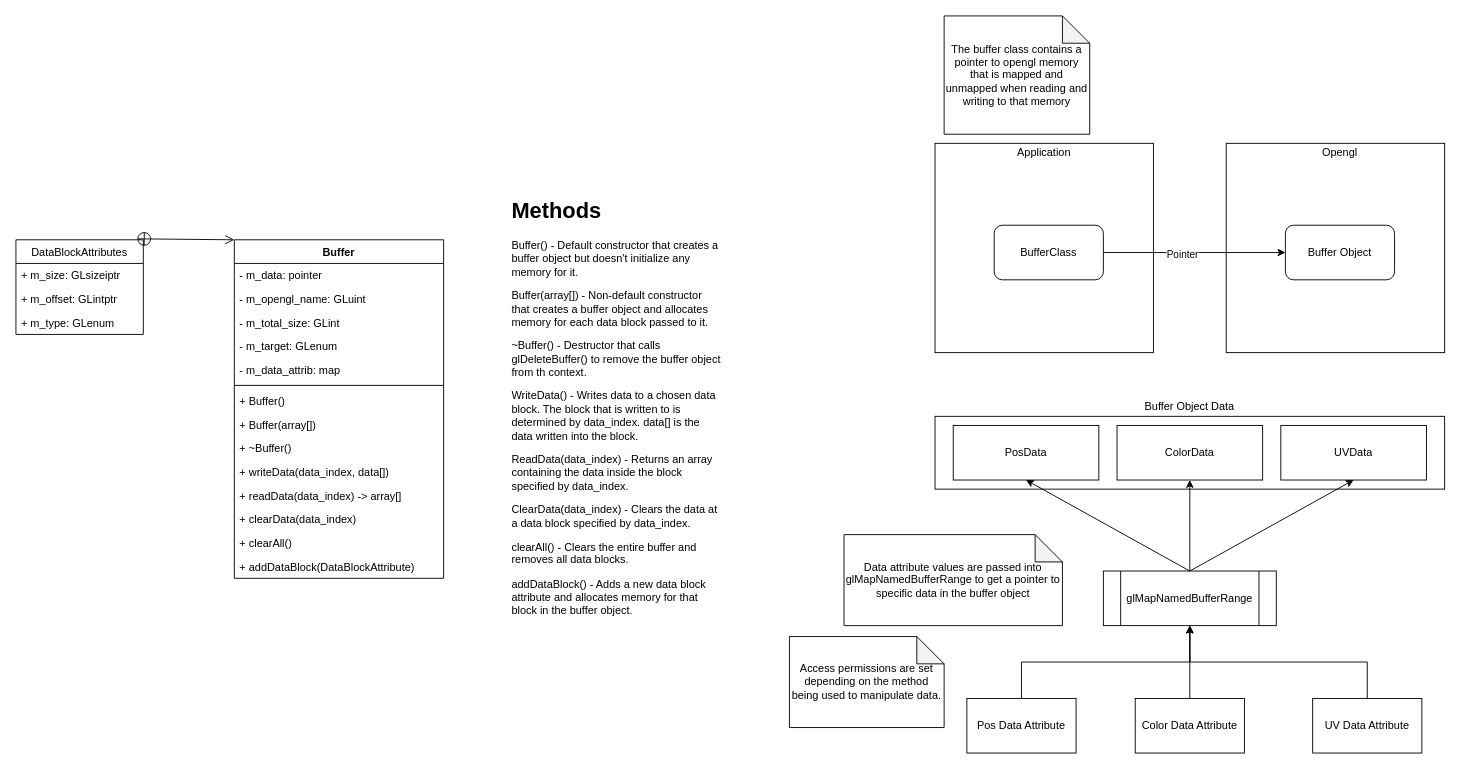
This is docs/buffer.drawio from LowFire/blazer3d, a draw.io file, before an edit. Source tidied: cells renumbered, new cells numbered last; positions are measured from the earlier drawing's top-left corner, leaving out a move shared by most shapes. Both pictures are drawn from the tidied source at 91%, with x=0, y=0 at pixel (15, 15).
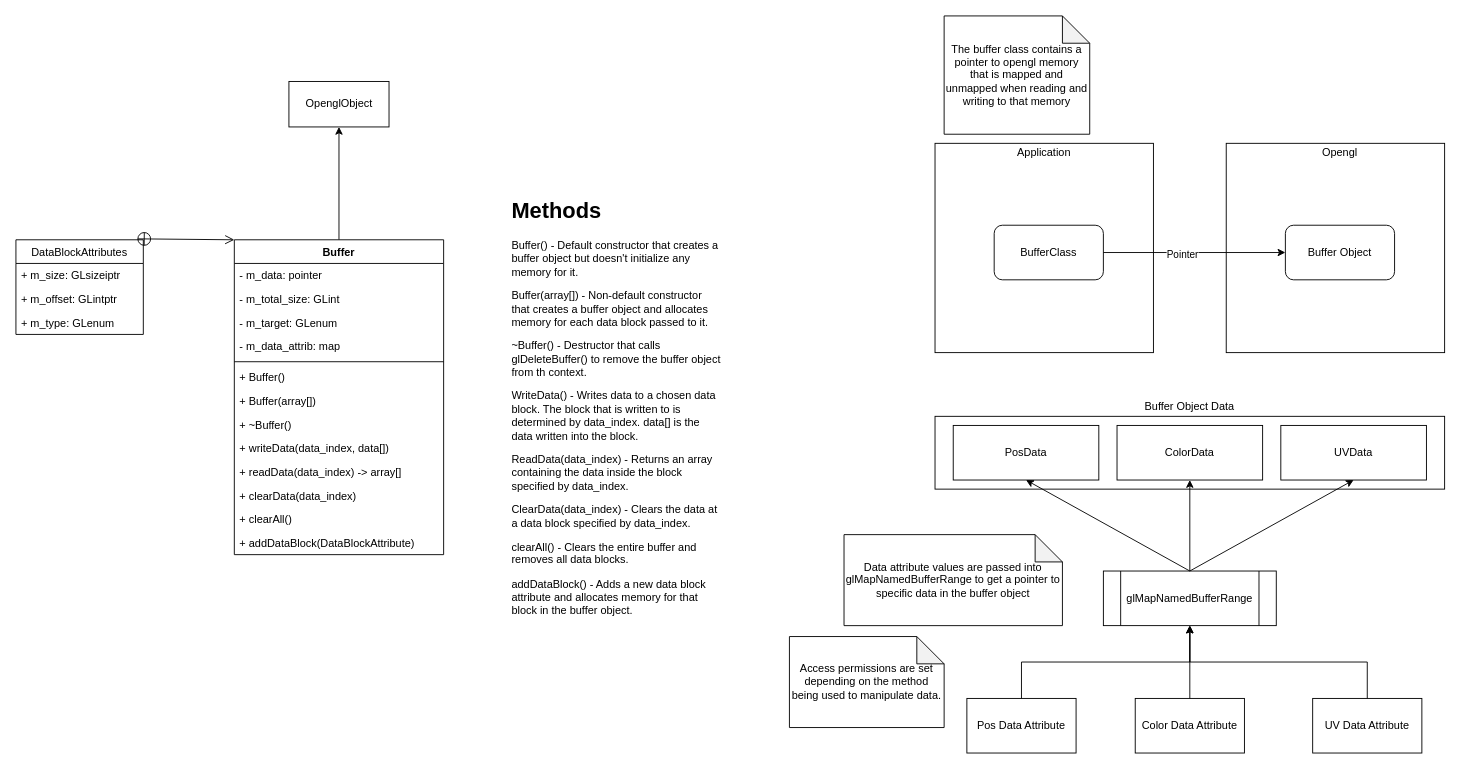
After the change.

Commit message (it also covers changes not shown here):
Created unit test and Buffer class stubs.

The edit, as a diff of the source:
```diff
@@
+    <mxCell id="49" style="edgeStyle=orthogonalEdgeStyle;rounded=0;jettySize=auto;html=1;" parent="1" edge="1" source="2" target="50">
+      <mxGeometry relative="1" as="geometry" />
+    </mxCell>
     <mxCell id="2" value="Buffer" style="swimlane;fontStyle=1;align=center;verticalAlign=top;horizontal=1;startSize=26;" parent="1" vertex="1">
-      <mxGeometry x="240" y="246" width="230" height="372" as="geometry" />
+      <mxGeometry x="240" y="246" width="230" height="346" as="geometry" />
     </mxCell>
@@
-    <mxCell id="4" value="- m_opengl_name: GLuint" style="text;strokeColor=none;fillColor=none;align=left;verticalAlign=top;spacingLeft=4;spacingRight=4;overflow=hidden;" parent="2" vertex="1">
-      <mxGeometry y="52" width="230" height="26" as="geometry" />
-    </mxCell>
     <mxCell id="5" value="- m_total_size: GLint" style="text;strokeColor=none;fillColor=none;align=left;verticalAlign=top;spacingLeft=4;spacingRight=4;overflow=hidden;" parent="2" vertex="1">
-      <mxGeometry y="78" width="230" height="26" as="geometry" />
+      <mxGeometry y="52" width="230" height="26" as="geometry" />
     </mxCell>
     <mxCell id="6" value="- m_target: GLenum" style="text;strokeColor=none;fillColor=none;align=left;verticalAlign=top;spacingLeft=4;spacingRight=4;overflow=hidden;" parent="2" vertex="1">
-      <mxGeometry y="104" width="230" height="26" as="geometry" />
+      <mxGeometry y="78" width="230" height="26" as="geometry" />
     </mxCell>
     <mxCell id="7" value="- m_data_attrib: map" style="text;strokeColor=none;fillColor=none;align=left;verticalAlign=top;spacingLeft=4;spacingRight=4;overflow=hidden;" parent="2" vertex="1">
-      <mxGeometry y="130" width="230" height="26" as="geometry" />
+      <mxGeometry y="104" width="230" height="26" as="geometry" />
     </mxCell>
     <mxCell id="8" style="line;strokeWidth=1;fillColor=none;align=left;verticalAlign=middle;spacingTop=-1;spacingLeft=3;spacingRight=3;labelPosition=right;" parent="2" vertex="1">
-      <mxGeometry y="156" width="230" height="8" as="geometry" />
+      <mxGeometry y="130" width="230" height="8" as="geometry" />
     </mxCell>
     <mxCell id="9" value="+ Buffer()" style="text;strokeColor=none;fillColor=none;align=left;verticalAlign=top;spacingLeft=4;spacingRight=4;overflow=hidden;" parent="2" vertex="1">
-      <mxGeometry y="164" width="230" height="26" as="geometry" />
+      <mxGeometry y="138" width="230" height="26" as="geometry" />
     </mxCell>
     <mxCell id="10" value="+ Buffer(array[])" style="text;strokeColor=none;fillColor=none;align=left;verticalAlign=top;spacingLeft=4;spacingRight=4;overflow=hidden;" parent="2" vertex="1">
-      <mxGeometry y="190" width="230" height="26" as="geometry" />
+      <mxGeometry y="164" width="230" height="26" as="geometry" />
     </mxCell>
     <mxCell id="11" value="+ ~Buffer()" style="text;strokeColor=none;fillColor=none;align=left;verticalAlign=top;spacingLeft=4;spacingRight=4;overflow=hidden;" parent="2" vertex="1">
-      <mxGeometry y="216" width="230" height="26" as="geometry" />
+      <mxGeometry y="190" width="230" height="26" as="geometry" />
     </mxCell>
     <mxCell id="12" value="+ writeData(data_index, data[])" style="text;strokeColor=none;fillColor=none;align=left;verticalAlign=top;spacingLeft=4;spacingRight=4;overflow=hidden;" parent="2" vertex="1">
-      <mxGeometry y="242" width="230" height="26" as="geometry" />
+      <mxGeometry y="216" width="230" height="26" as="geometry" />
     </mxCell>
     <mxCell id="13" value="+ readData(data_index) -&gt; array[]" style="text;strokeColor=none;fillColor=none;align=left;verticalAlign=top;spacingLeft=4;spacingRight=4;overflow=hidden;" parent="2" vertex="1">
-      <mxGeometry y="268" width="230" height="26" as="geometry" />
+      <mxGeometry y="242" width="230" height="26" as="geometry" />
     </mxCell>
     <mxCell id="14" value="+ clearData(data_index)" style="text;strokeColor=none;fillColor=none;align=left;verticalAlign=top;spacingLeft=4;spacingRight=4;overflow=hidden;" parent="2" vertex="1">
-      <mxGeometry y="294" width="230" height="26" as="geometry" />
+      <mxGeometry y="268" width="230" height="26" as="geometry" />
     </mxCell>
     <mxCell id="15" value="+ clearAll()" style="text;strokeColor=none;fillColor=none;align=left;verticalAlign=top;spacingLeft=4;spacingRight=4;overflow=hidden;" parent="2" vertex="1">
-      <mxGeometry y="320" width="230" height="26" as="geometry" />
+      <mxGeometry y="294" width="230" height="26" as="geometry" />
     </mxCell>
     <mxCell id="16" value="+ addDataBlock(DataBlockAttribute)" style="text;strokeColor=none;fillColor=none;align=left;verticalAlign=top;spacingLeft=4;spacingRight=4;overflow=hidden;" parent="2" vertex="1">
-      <mxGeometry y="346" width="230" height="26" as="geometry" />
+      <mxGeometry y="320" width="230" height="26" as="geometry" />
     </mxCell>
@@
+    <mxCell id="50" value="OpenglObject" style="html=1;" parent="1" vertex="1">
+      <mxGeometry x="300" y="72" width="110" height="50" as="geometry" />
+    </mxCell>
```
